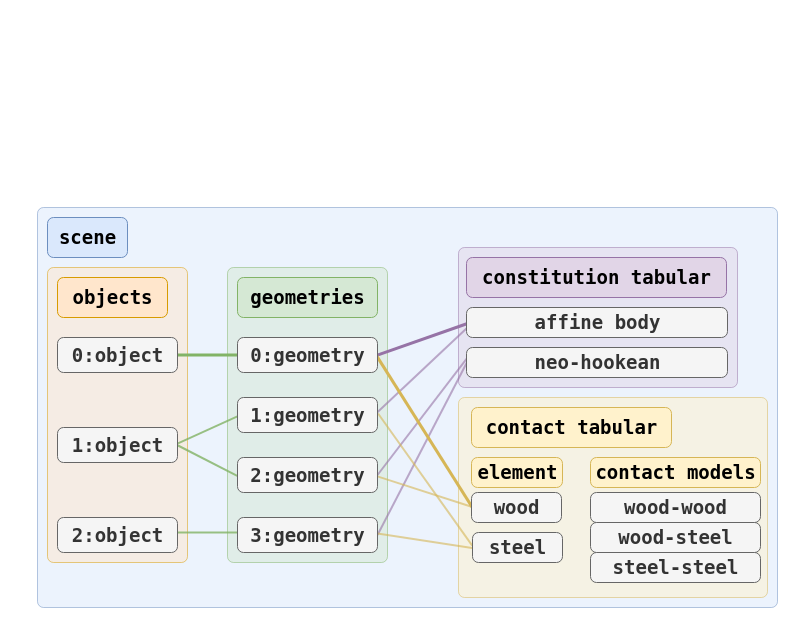
Above: docs/tutorial/img/scene.drawio in spiriMirror/libuipc (draw.io), before the change. Source tidied: cells renumbered, new cells numbered last; positions are measured from the earlier drawing's top-left corner, leaving out a move shared by most shapes. Both pictures are drawn from the tidied source at 100%, with x=0, y=0 at pixel (37, 207).
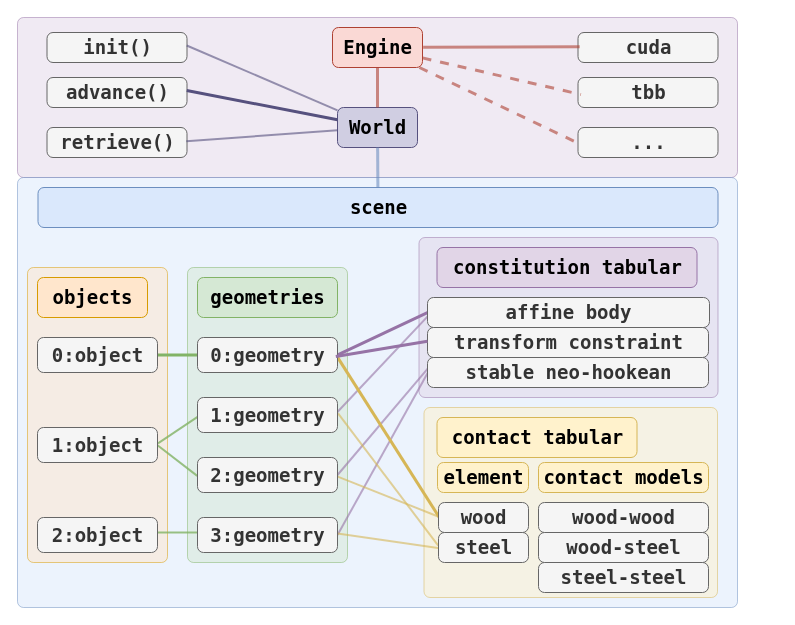
Above is the later version.

The edit, as a diff of the source:
```diff
@@
+    <mxCell id="40" style="rounded=1;whiteSpace=wrap;html=1;fillColor=#e1d5e7;strokeColor=#9673a6;shadow=0;opacity=50;absoluteArcSize=1;arcSize=12;" parent="1" vertex="1">
+      <mxGeometry x="-20" y="-190" width="720" height="160" as="geometry" />
+    </mxCell>
     <mxCell id="2" style="rounded=1;whiteSpace=wrap;html=1;fillColor=#dae8fc;strokeColor=#6c8ebf;shadow=0;opacity=50;absoluteArcSize=1;arcSize=12;" parent="1" vertex="1">
-      <mxGeometry width="740" height="400" as="geometry" />
+      <mxGeometry x="-20" y="-30" width="720" height="430" as="geometry" />
     </mxCell>
     <mxCell id="3" style="rounded=1;whiteSpace=wrap;html=1;fillColor=#d5e8d4;strokeColor=#82b366;shadow=0;opacity=50;absoluteArcSize=1;arcSize=12;" parent="1" vertex="1">
-      <mxGeometry x="190" y="60" width="160" height="295" as="geometry" />
+      <mxGeometry x="150" y="60" width="160" height="295" as="geometry" />
     </mxCell>
     <mxCell id="4" style="rounded=1;whiteSpace=wrap;html=1;fillColor=#fff2cc;strokeColor=#d6b656;shadow=0;opacity=50;absoluteArcSize=1;arcSize=12;" parent="1" vertex="1">
-      <mxGeometry x="421" y="190" width="309" height="200" as="geometry" />
+      <mxGeometry x="386.5" y="200" width="293.5" height="190" as="geometry" />
     </mxCell>
     <mxCell id="5" style="rounded=1;whiteSpace=wrap;html=1;fillColor=#e1d5e7;strokeColor=#9673a6;shadow=0;opacity=50;absoluteArcSize=1;arcSize=12;" parent="1" vertex="1">
-      <mxGeometry x="421" y="40" width="279" height="140" as="geometry" />
+      <mxGeometry x="381.5" y="30" width="299" height="160" as="geometry" />
     </mxCell>
     <mxCell id="6" style="rounded=1;whiteSpace=wrap;html=1;fillColor=#ffe6cc;strokeColor=#d79b00;shadow=0;opacity=50;absoluteArcSize=1;arcSize=12;" parent="1" vertex="1">
-      <mxGeometry x="10" y="60" width="140" height="295" as="geometry" />
+      <mxGeometry x="-10" y="60" width="140" height="295" as="geometry" />
     </mxCell>
     <mxCell id="7" value="&lt;span style=&quot;font-size: 19px;&quot;&gt;&lt;b&gt;&lt;font face=&quot;Lucida Console&quot;&gt;scene&lt;br&gt;&lt;/font&gt;&lt;/b&gt;&lt;/span&gt;" style="text;html=1;align=center;verticalAlign=middle;points=[];strokeColor=#6c8ebf;fillColor=#dae8fc;rounded=1;absoluteArcSize=1;arcSize=12;" parent="1" vertex="1">
-      <mxGeometry x="10" y="10" width="80" height="40" as="geometry" />
+      <mxGeometry x="0.5" y="-20" width="680" height="40" as="geometry" />
     </mxCell>
     <mxCell id="8" value="&lt;span style=&quot;font-size: 19px;&quot;&gt;&lt;b&gt;&lt;font face=&quot;Lucida Console&quot;&gt;constitution tabular&lt;br&gt;&lt;/font&gt;&lt;/b&gt;&lt;/span&gt;" style="text;html=1;align=center;verticalAlign=middle;strokeColor=#9673a6;fillColor=#e1d5e7;rounded=1;absoluteArcSize=1;arcSize=12;" parent="1" vertex="1">
-      <mxGeometry x="429" y="50" width="260" height="40" as="geometry" />
+      <mxGeometry x="399.5" y="40" width="260" height="40" as="geometry" />
     </mxCell>
     <mxCell id="9" value="&lt;span style=&quot;font-size: 19px;&quot;&gt;&lt;b&gt;&lt;font face=&quot;Lucida Console&quot;&gt;contact tabular&lt;br&gt;&lt;/font&gt;&lt;/b&gt;&lt;/span&gt;" style="text;html=1;align=center;verticalAlign=middle;strokeColor=#d6b656;fillColor=#fff2cc;rounded=1;absoluteArcSize=1;arcSize=12;" parent="1" vertex="1">
-      <mxGeometry x="434" y="200" width="200" height="40" as="geometry" />
+      <mxGeometry x="399.5" y="210" width="200" height="40" as="geometry" />
     </mxCell>
     <mxCell id="10" value="&lt;span style=&quot;font-size: 19px;&quot;&gt;&lt;b&gt;&lt;font face=&quot;Lucida Console&quot;&gt;wood-wood&lt;br&gt;&lt;/font&gt;&lt;/b&gt;&lt;/span&gt;" style="text;html=1;align=center;verticalAlign=middle;strokeColor=#666666;fillColor=#f5f5f5;rounded=1;absoluteArcSize=1;arcSize=12;fontColor=#333333;imageAspect=1;" parent="1" vertex="1">
-      <mxGeometry x="553" y="285" width="170" height="30" as="geometry" />
+      <mxGeometry x="501" y="295" width="170" height="30" as="geometry" />
     </mxCell>
     <mxCell id="11" value="&lt;span style=&quot;font-size: 19px;&quot;&gt;&lt;b&gt;&lt;font face=&quot;Lucida Console&quot;&gt;wood-steel&lt;br&gt;&lt;/font&gt;&lt;/b&gt;&lt;/span&gt;" style="text;html=1;align=center;verticalAlign=middle;strokeColor=#666666;fillColor=#f5f5f5;rounded=1;absoluteArcSize=1;arcSize=12;fontColor=#333333;" parent="1" vertex="1">
-      <mxGeometry x="553" y="315" width="170" height="30" as="geometry" />
+      <mxGeometry x="501" y="325" width="170" height="30" as="geometry" />
     </mxCell>
     <mxCell id="12" value="&lt;span style=&quot;font-size: 19px;&quot;&gt;&lt;b&gt;&lt;font face=&quot;Lucida Console&quot;&gt;steel-steel&lt;br&gt;&lt;/font&gt;&lt;/b&gt;&lt;/span&gt;" style="text;html=1;align=center;verticalAlign=middle;strokeColor=#666666;fillColor=#f5f5f5;rounded=1;absoluteArcSize=1;arcSize=12;fontColor=#333333;" parent="1" vertex="1">
-      <mxGeometry x="553" y="345" width="170" height="30" as="geometry" />
+      <mxGeometry x="501" y="355" width="170" height="30" as="geometry" />
     </mxCell>
     <mxCell id="13" value="&lt;span style=&quot;font-size: 19px;&quot;&gt;&lt;b&gt;&lt;font face=&quot;Lucida Console&quot;&gt;element&lt;br&gt;&lt;/font&gt;&lt;/b&gt;&lt;/span&gt;" style="text;html=1;align=center;verticalAlign=middle;strokeColor=#d6b656;fillColor=#fff2cc;rounded=1;absoluteArcSize=1;arcSize=12;" parent="1" vertex="1">
-      <mxGeometry x="434" y="250" width="91" height="30" as="geometry" />
+      <mxGeometry x="400" y="255" width="91" height="30" as="geometry" />
     </mxCell>
     <mxCell id="14" value="&lt;span style=&quot;font-size: 19px;&quot;&gt;&lt;b&gt;&lt;font face=&quot;Lucida Console&quot;&gt;contact models&lt;br&gt;&lt;/font&gt;&lt;/b&gt;&lt;/span&gt;" style="text;html=1;align=center;verticalAlign=middle;strokeColor=#d6b656;fillColor=#fff2cc;rounded=1;absoluteArcSize=1;arcSize=12;" parent="1" vertex="1">
-      <mxGeometry x="553" y="250" width="170" height="30" as="geometry" />
+      <mxGeometry x="501" y="255" width="170" height="30" as="geometry" />
     </mxCell>
-    <mxCell id="15" style="rounded=0;jettySize=auto;html=1;fillColor=#e1d5e7;strokeColor=#9673a6;strokeWidth=3;endArrow=none;endFill=0;startArrow=none;startFill=0;endSize=9;startSize=9;exitX=0.994;exitY=0.509;exitDx=0;exitDy=0;exitPerimeter=0;" parent="1" edge="1" source="37">
-      <mxGeometry relative="1" as="geometry">
-        <mxPoint x="430" y="116" as="targetPoint" />
-      </mxGeometry>
+    <mxCell id="15" style="rounded=0;jettySize=auto;html=1;fillColor=#e1d5e7;strokeColor=#9673a6;strokeWidth=3;endArrow=none;endFill=0;startArrow=none;startFill=0;endSize=9;startSize=9;exitX=0.994;exitY=0.509;exitDx=0;exitDy=0;exitPerimeter=0;entryX=0.011;entryY=0.456;entryDx=0;entryDy=0;entryPerimeter=0;" parent="1" edge="1" source="37" target="28">
+      <mxGeometry relative="1" as="geometry" />
     </mxCell>
@@
-    <mxCell id="18" style="rounded=0;jettySize=auto;html=1;fillColor=#e1d5e7;strokeColor=#9673a6;strokeWidth=2;endArrow=none;endFill=0;startArrow=none;startFill=0;endSize=9;startSize=9;exitX=0.986;exitY=0.471;exitDx=0;exitDy=0;exitPerimeter=0;opacity=60;" parent="1" edge="1" source="34">
-      <mxGeometry relative="1" as="geometry">
-        <mxPoint x="430" y="120" as="targetPoint" />
-      </mxGeometry>
+    <mxCell id="18" style="rounded=0;jettySize=auto;html=1;fillColor=#e1d5e7;strokeColor=#9673a6;strokeWidth=2;endArrow=none;endFill=0;startArrow=none;startFill=0;endSize=9;startSize=9;exitX=0.986;exitY=0.471;exitDx=0;exitDy=0;exitPerimeter=0;opacity=60;entryX=0.009;entryY=0.544;entryDx=0;entryDy=0;entryPerimeter=0;" parent="1" edge="1" source="34" target="28">
+      <mxGeometry relative="1" as="geometry" />
     </mxCell>
@@
     <mxCell id="26" style="rounded=0;orthogonalLoop=1;jettySize=auto;html=1;fillColor=#d5e8d4;strokeColor=#82b366;strokeWidth=2;endArrow=none;endFill=0;startArrow=none;startFill=0;endSize=9;startSize=9;opacity=80;" parent="1" edge="1">
       <mxGeometry relative="1" as="geometry">
-        <mxPoint x="140" y="325" as="sourcePoint" />
-        <mxPoint x="200" y="325" as="targetPoint" />
+        <mxPoint x="120" y="325" as="sourcePoint" />
+        <mxPoint x="180" y="325" as="targetPoint" />
       </mxGeometry>
     </mxCell>
     <mxCell id="27" value="&lt;span style=&quot;font-size: 19px;&quot;&gt;&lt;b&gt;&lt;font face=&quot;Lucida Console&quot;&gt;wood&lt;br&gt;&lt;/font&gt;&lt;/b&gt;&lt;/span&gt;" style="text;html=1;align=center;verticalAlign=middle;points=[];strokeColor=#666666;fillColor=#f5f5f5;rounded=1;absoluteArcSize=1;arcSize=12;fontColor=#333333;imageAspect=1;" parent="1" vertex="1">
-      <mxGeometry x="434" y="285" width="90" height="30" as="geometry" />
+      <mxGeometry x="401" y="295" width="90" height="30" as="geometry" />
     </mxCell>
     <mxCell id="28" value="&lt;span style=&quot;font-size: 19px;&quot;&gt;&lt;b&gt;&lt;font face=&quot;Lucida Console&quot;&gt;affine body&lt;br&gt;&lt;/font&gt;&lt;/b&gt;&lt;/span&gt;" style="text;html=1;align=center;verticalAlign=middle;points=[];strokeColor=#666666;fillColor=#f5f5f5;rounded=1;absoluteArcSize=1;arcSize=12;fontColor=#333333;" parent="1" vertex="1">
-      <mxGeometry x="429" y="100" width="261" height="30" as="geometry" />
+      <mxGeometry x="390" y="90" width="282" height="30" as="geometry" />
     </mxCell>
-    <mxCell id="29" value="&lt;span style=&quot;font-size: 19px;&quot;&gt;&lt;b&gt;&lt;font face=&quot;Lucida Console&quot;&gt;neo-hookean&lt;br&gt;&lt;/font&gt;&lt;/b&gt;&lt;/span&gt;" style="text;html=1;align=center;verticalAlign=middle;points=[];strokeColor=#666666;fillColor=#f5f5f5;rounded=1;absoluteArcSize=1;arcSize=12;fontColor=#333333;" parent="1" vertex="1">
-      <mxGeometry x="429" y="140" width="261" height="30" as="geometry" />
+    <mxCell id="29" value="&lt;span style=&quot;font-size: 19px;&quot;&gt;&lt;b&gt;&lt;font face=&quot;Lucida Console&quot;&gt;stable neo-hookean&lt;br&gt;&lt;/font&gt;&lt;/b&gt;&lt;/span&gt;" style="text;html=1;align=center;verticalAlign=middle;points=[];strokeColor=#666666;fillColor=#f5f5f5;rounded=1;absoluteArcSize=1;arcSize=12;fontColor=#333333;" parent="1" vertex="1">
+      <mxGeometry x="390" y="150" width="281" height="30" as="geometry" />
     </mxCell>
     <mxCell id="30" value="&lt;span style=&quot;font-size: 19px;&quot;&gt;&lt;b&gt;&lt;font face=&quot;Lucida Console&quot;&gt;steel&lt;br&gt;&lt;/font&gt;&lt;/b&gt;&lt;/span&gt;" style="text;html=1;align=center;verticalAlign=middle;points=[];strokeColor=#666666;fillColor=#f5f5f5;rounded=1;absoluteArcSize=1;arcSize=12;fontColor=#333333;imageAspect=1;" parent="1" vertex="1">
-      <mxGeometry x="435" y="325" width="90" height="30" as="geometry" />
+      <mxGeometry x="401" y="325" width="90" height="30" as="geometry" />
     </mxCell>
     <mxCell id="31" value="&lt;span style=&quot;font-size: 19px;&quot;&gt;&lt;b&gt;&lt;font face=&quot;Lucida Console&quot;&gt;3:geometry&lt;br&gt;&lt;/font&gt;&lt;/b&gt;&lt;/span&gt;" style="text;html=1;align=center;verticalAlign=middle;points=[];strokeColor=#666666;fillColor=#f5f5f5;rounded=1;absoluteArcSize=1;arcSize=12;fontColor=#333333;" parent="1" vertex="1">
-      <mxGeometry x="200" y="310" width="140" height="35" as="geometry" />
+      <mxGeometry x="160" y="310" width="140" height="35" as="geometry" />
     </mxCell>
     <mxCell id="32" value="&lt;span style=&quot;font-size: 19px;&quot;&gt;&lt;b&gt;&lt;font face=&quot;Lucida Console&quot;&gt;0:object&lt;br&gt;&lt;/font&gt;&lt;/b&gt;&lt;/span&gt;" style="text;html=1;align=center;verticalAlign=middle;points=[];strokeColor=#666666;fillColor=#f5f5f5;rounded=1;absoluteArcSize=1;arcSize=12;fontColor=#333333;" parent="1" vertex="1">
-      <mxGeometry x="20" y="130" width="120" height="35" as="geometry" />
+      <mxGeometry y="130" width="120" height="35" as="geometry" />
     </mxCell>
     <mxCell id="33" value="&lt;span style=&quot;font-size: 19px;&quot;&gt;&lt;b&gt;&lt;font face=&quot;Lucida Console&quot;&gt;1:object&lt;br&gt;&lt;/font&gt;&lt;/b&gt;&lt;/span&gt;" style="text;html=1;align=center;verticalAlign=middle;points=[];strokeColor=#666666;fillColor=#f5f5f5;rounded=1;absoluteArcSize=1;arcSize=12;fontColor=#333333;" parent="1" vertex="1">
-      <mxGeometry x="20" y="220" width="120" height="35" as="geometry" />
+      <mxGeometry y="220" width="120" height="35" as="geometry" />
     </mxCell>
     <mxCell id="34" value="&lt;span style=&quot;font-size: 19px;&quot;&gt;&lt;b&gt;&lt;font face=&quot;Lucida Console&quot;&gt;1:geometry&lt;br&gt;&lt;/font&gt;&lt;/b&gt;&lt;/span&gt;" style="text;html=1;align=center;verticalAlign=middle;points=[];strokeColor=#666666;fillColor=#f5f5f5;rounded=1;absoluteArcSize=1;arcSize=12;fontColor=#333333;" parent="1" vertex="1">
-      <mxGeometry x="200" y="190" width="140" height="35" as="geometry" />
+      <mxGeometry x="160" y="190" width="140" height="35" as="geometry" />
     </mxCell>
     <mxCell id="35" value="&lt;span style=&quot;font-size: 19px;&quot;&gt;&lt;b&gt;&lt;font face=&quot;Lucida Console&quot;&gt;2:object&lt;br&gt;&lt;/font&gt;&lt;/b&gt;&lt;/span&gt;" style="text;html=1;align=center;verticalAlign=middle;strokeColor=#666666;fillColor=#f5f5f5;rounded=1;absoluteArcSize=1;arcSize=12;fontColor=#333333;" parent="1" vertex="1">
-      <mxGeometry x="20" y="310" width="120" height="35" as="geometry" />
+      <mxGeometry y="310" width="120" height="35" as="geometry" />
     </mxCell>
     <mxCell id="36" value="&lt;span style=&quot;font-size: 19px;&quot;&gt;&lt;b&gt;&lt;font face=&quot;Lucida Console&quot;&gt;2:geometry&lt;br&gt;&lt;/font&gt;&lt;/b&gt;&lt;/span&gt;" style="text;html=1;align=center;verticalAlign=middle;points=[];strokeColor=#666666;fillColor=#f5f5f5;rounded=1;absoluteArcSize=1;arcSize=12;fontColor=#333333;" parent="1" vertex="1">
-      <mxGeometry x="200" y="250" width="140" height="35" as="geometry" />
+      <mxGeometry x="160" y="250" width="140" height="35" as="geometry" />
     </mxCell>
     <mxCell id="37" value="&lt;span style=&quot;font-size: 19px;&quot;&gt;&lt;b&gt;&lt;font face=&quot;Lucida Console&quot;&gt;0:geometry&lt;br&gt;&lt;/font&gt;&lt;/b&gt;&lt;/span&gt;" style="text;html=1;align=center;verticalAlign=middle;points=[];strokeColor=#666666;fillColor=#f5f5f5;rounded=1;absoluteArcSize=1;arcSize=12;fontColor=#333333;" parent="1" vertex="1">
-      <mxGeometry x="200" y="130" width="140" height="35" as="geometry" />
+      <mxGeometry x="160" y="130" width="140" height="35" as="geometry" />
     </mxCell>
     <mxCell id="38" value="&lt;span style=&quot;font-size: 19px;&quot;&gt;&lt;b&gt;&lt;font face=&quot;Lucida Console&quot;&gt;objects&lt;br&gt;&lt;/font&gt;&lt;/b&gt;&lt;/span&gt;" style="text;html=1;align=center;verticalAlign=middle;strokeColor=#d79b00;fillColor=#ffe6cc;rounded=1;absoluteArcSize=1;arcSize=12;" parent="1" vertex="1">
-      <mxGeometry x="20" y="70" width="110" height="40" as="geometry" />
+      <mxGeometry y="70" width="110" height="40" as="geometry" />
     </mxCell>
     <mxCell id="39" value="&lt;span style=&quot;font-size: 19px;&quot;&gt;&lt;b&gt;&lt;font face=&quot;Lucida Console&quot;&gt;geometries&lt;br&gt;&lt;/font&gt;&lt;/b&gt;&lt;/span&gt;" style="text;html=1;align=center;verticalAlign=middle;strokeColor=#82b366;fillColor=#d5e8d4;rounded=1;absoluteArcSize=1;arcSize=12;" parent="1" vertex="1">
-      <mxGeometry x="200" y="70" width="140" height="40" as="geometry" />
+      <mxGeometry x="160" y="70" width="140" height="40" as="geometry" />
     </mxCell>
+    <mxCell id="41" value="&lt;span style=&quot;font-size: 19px;&quot;&gt;&lt;b&gt;&lt;font face=&quot;Lucida Console&quot;&gt;Engine&lt;br&gt;&lt;/font&gt;&lt;/b&gt;&lt;/span&gt;" style="text;html=1;align=center;verticalAlign=middle;points=[];strokeColor=#ae4132;fillColor=#fad9d5;rounded=1;absoluteArcSize=1;arcSize=12;" parent="1" vertex="1">
+      <mxGeometry x="295" y="-180" width="90" height="40" as="geometry" />
+    </mxCell>
+    <mxCell id="42" value="&lt;span style=&quot;font-size: 19px;&quot;&gt;&lt;b&gt;&lt;font face=&quot;Lucida Console&quot;&gt;World&lt;br&gt;&lt;/font&gt;&lt;/b&gt;&lt;/span&gt;" style="text;html=1;align=center;verticalAlign=middle;points=[];strokeColor=#56517e;fillColor=#d0cee2;rounded=1;absoluteArcSize=1;arcSize=12;" parent="1" vertex="1">
+      <mxGeometry x="300" y="-100" width="80" height="40" as="geometry" />
+    </mxCell>
+    <mxCell id="43" value="&lt;span style=&quot;font-size: 19px;&quot;&gt;&lt;b&gt;&lt;font face=&quot;Lucida Console&quot;&gt;transform constraint&lt;br&gt;&lt;/font&gt;&lt;/b&gt;&lt;/span&gt;" style="text;html=1;align=center;verticalAlign=middle;points=[];strokeColor=#666666;fillColor=#f5f5f5;rounded=1;absoluteArcSize=1;arcSize=12;fontColor=#333333;" parent="1" vertex="1">
+      <mxGeometry x="390" y="120" width="281" height="30" as="geometry" />
+    </mxCell>
+    <mxCell id="44" style="rounded=0;jettySize=auto;html=1;fillColor=#e1d5e7;strokeColor=#9673a6;strokeWidth=3;endArrow=none;endFill=0;startArrow=none;startFill=0;endSize=9;startSize=9;exitX=0.988;exitY=0.543;exitDx=0;exitDy=0;exitPerimeter=0;entryX=0;entryY=0.456;entryDx=0;entryDy=0;entryPerimeter=0;" parent="1" edge="1" source="37" target="43">
+      <mxGeometry relative="1" as="geometry" />
+    </mxCell>
+    <mxCell id="45" value="&lt;span style=&quot;font-size: 19px;&quot;&gt;&lt;b&gt;&lt;font face=&quot;Lucida Console&quot;&gt;init()&lt;br&gt;&lt;/font&gt;&lt;/b&gt;&lt;/span&gt;" style="text;html=1;align=center;verticalAlign=middle;points=[];strokeColor=#666666;fillColor=#f5f5f5;rounded=1;absoluteArcSize=1;arcSize=12;fontColor=#333333;" parent="1" vertex="1">
+      <mxGeometry x="9.5" y="-175" width="140" height="30" as="geometry" />
+    </mxCell>
+    <mxCell id="46" value="&lt;span style=&quot;font-size: 19px;&quot;&gt;&lt;b&gt;&lt;font face=&quot;Lucida Console&quot;&gt;advance()&lt;br&gt;&lt;/font&gt;&lt;/b&gt;&lt;/span&gt;" style="text;html=1;align=center;verticalAlign=middle;points=[];strokeColor=#666666;fillColor=#f5f5f5;rounded=1;absoluteArcSize=1;arcSize=12;fontColor=#333333;" parent="1" vertex="1">
+      <mxGeometry x="9.5" y="-130" width="140" height="30" as="geometry" />
+    </mxCell>
+    <mxCell id="47" value="&lt;span style=&quot;font-size: 19px;&quot;&gt;&lt;b&gt;&lt;font face=&quot;Lucida Console&quot;&gt;retrieve()&lt;br&gt;&lt;/font&gt;&lt;/b&gt;&lt;/span&gt;" style="text;html=1;align=center;verticalAlign=middle;points=[];strokeColor=#666666;fillColor=#f5f5f5;rounded=1;absoluteArcSize=1;arcSize=12;fontColor=#333333;" parent="1" vertex="1">
+      <mxGeometry x="9.5" y="-80" width="140" height="30" as="geometry" />
+    </mxCell>
+    <mxCell id="48" style="rounded=0;jettySize=auto;html=1;fillColor=#d0cee2;strokeColor=#56517e;strokeWidth=3;endArrow=none;endFill=0;startArrow=none;startFill=0;endSize=9;startSize=9;entryX=0.998;entryY=0.433;entryDx=0;entryDy=0;entryPerimeter=0;" parent="1" edge="1" source="42" target="46">
+      <mxGeometry relative="1" as="geometry" />
+    </mxCell>
+    <mxCell id="49" style="rounded=0;jettySize=auto;html=1;fillColor=#d0cee2;strokeColor=#56517e;strokeWidth=2;endArrow=none;endFill=0;startArrow=none;startFill=0;endSize=9;startSize=9;opacity=60;entryX=0.995;entryY=0.456;entryDx=0;entryDy=0;entryPerimeter=0;" parent="1" edge="1" source="42" target="47">
+      <mxGeometry relative="1" as="geometry" />
+    </mxCell>
+    <mxCell id="50" style="rounded=0;jettySize=auto;html=1;fillColor=#d0cee2;strokeColor=#56517e;strokeWidth=2;endArrow=none;endFill=0;startArrow=none;startFill=0;endSize=9;startSize=9;opacity=60;entryX=0.998;entryY=0.433;entryDx=0;entryDy=0;entryPerimeter=0;" parent="1" edge="1" source="42" target="45">
+      <mxGeometry relative="1" as="geometry" />
+    </mxCell>
+    <mxCell id="51" style="rounded=0;jettySize=auto;html=1;fillColor=#fad9d5;strokeColor=#ae4132;strokeWidth=3;endArrow=none;endFill=0;startArrow=none;startFill=0;endSize=9;startSize=9;opacity=60;" parent="1" edge="1" source="41" target="42">
+      <mxGeometry relative="1" as="geometry" />
+    </mxCell>
+    <mxCell id="52" value="&lt;span style=&quot;font-size: 19px;&quot;&gt;&lt;b&gt;&lt;font face=&quot;Lucida Console&quot;&gt;cuda&lt;br&gt;&lt;/font&gt;&lt;/b&gt;&lt;/span&gt;" style="text;html=1;align=center;verticalAlign=middle;points=[];strokeColor=#666666;fillColor=#f5f5f5;rounded=1;absoluteArcSize=1;arcSize=12;fontColor=#333333;" parent="1" vertex="1">
+      <mxGeometry x="540.5" y="-175" width="140" height="30" as="geometry" />
+    </mxCell>
+    <mxCell id="53" value="&lt;span style=&quot;font-size: 19px;&quot;&gt;&lt;b&gt;&lt;font face=&quot;Lucida Console&quot;&gt;tbb&lt;br&gt;&lt;/font&gt;&lt;/b&gt;&lt;/span&gt;" style="text;html=1;align=center;verticalAlign=middle;points=[];strokeColor=#666666;fillColor=#f5f5f5;rounded=1;absoluteArcSize=1;arcSize=12;fontColor=#333333;" parent="1" vertex="1">
+      <mxGeometry x="540.5" y="-130" width="140" height="30" as="geometry" />
+    </mxCell>
+    <mxCell id="54" style="rounded=0;jettySize=auto;html=1;fillColor=#fad9d5;strokeColor=#ae4132;strokeWidth=3;endArrow=none;endFill=0;startArrow=none;startFill=0;endSize=9;startSize=9;opacity=60;exitX=1.007;exitY=0.492;exitDx=0;exitDy=0;exitPerimeter=0;entryX=0.012;entryY=0.478;entryDx=0;entryDy=0;entryPerimeter=0;" parent="1" edge="1" source="41" target="52">
+      <mxGeometry relative="1" as="geometry" />
+    </mxCell>
+    <mxCell id="55" style="rounded=0;jettySize=auto;html=1;fillColor=#fad9d5;strokeColor=#ae4132;strokeWidth=3;endArrow=none;endFill=0;startArrow=none;startFill=0;endSize=9;startSize=9;opacity=60;dashed=1;entryX=0.021;entryY=0.567;entryDx=0;entryDy=0;entryPerimeter=0;" parent="1" edge="1" source="41" target="53">
+      <mxGeometry relative="1" as="geometry" />
+    </mxCell>
+    <mxCell id="56" value="&lt;span style=&quot;font-size: 19px;&quot;&gt;&lt;b&gt;&lt;font face=&quot;Lucida Console&quot;&gt;...&lt;br&gt;&lt;/font&gt;&lt;/b&gt;&lt;/span&gt;" style="text;html=1;align=center;verticalAlign=middle;points=[];strokeColor=#666666;fillColor=#f5f5f5;rounded=1;absoluteArcSize=1;arcSize=12;fontColor=#333333;" parent="1" vertex="1">
+      <mxGeometry x="540.5" y="-80" width="140" height="30" as="geometry" />
+    </mxCell>
+    <mxCell id="57" style="rounded=0;jettySize=auto;html=1;fillColor=#fad9d5;strokeColor=#ae4132;strokeWidth=3;endArrow=none;endFill=0;startArrow=none;startFill=0;endSize=9;startSize=9;opacity=60;dashed=1;entryX=0.021;entryY=0.567;entryDx=0;entryDy=0;entryPerimeter=0;" parent="1" edge="1" source="41" target="56">
+      <mxGeometry relative="1" as="geometry" />
+    </mxCell>
+    <mxCell id="58" style="rounded=0;jettySize=auto;html=1;fillColor=#dae8fc;strokeColor=#6c8ebf;strokeWidth=3;endArrow=none;endFill=0;startArrow=none;startFill=0;endSize=9;startSize=9;opacity=60;" parent="1" edge="1" source="42" target="7">
+      <mxGeometry relative="1" as="geometry" />
+    </mxCell>
```
